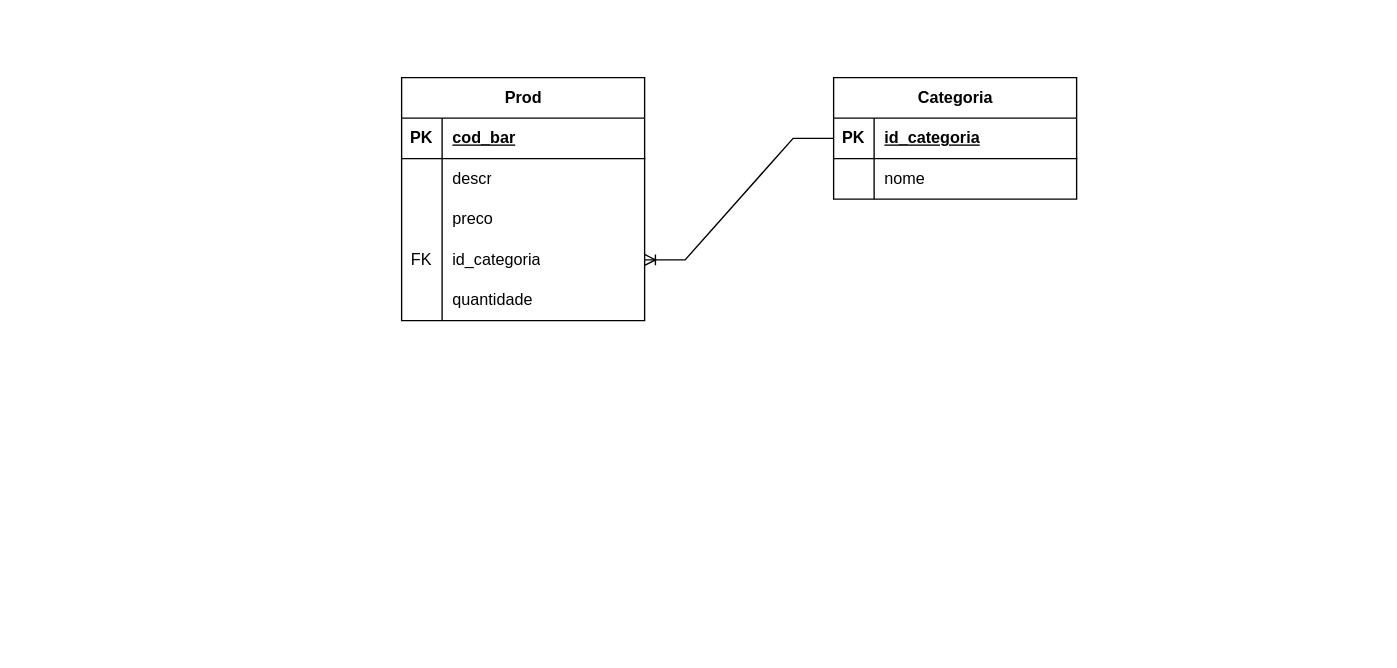
Before: Untitled Diagram.drawio in giuliano435/draw.io, a draw.io diagram. Source tidied: cells renumbered, new cells numbered last; positions are measured from the earlier drawing's top-left corner, leaving out a move shared by most shapes. Both pictures are drawn from the tidied source at 135%, with x=0, y=0 at pixel (401, 77).
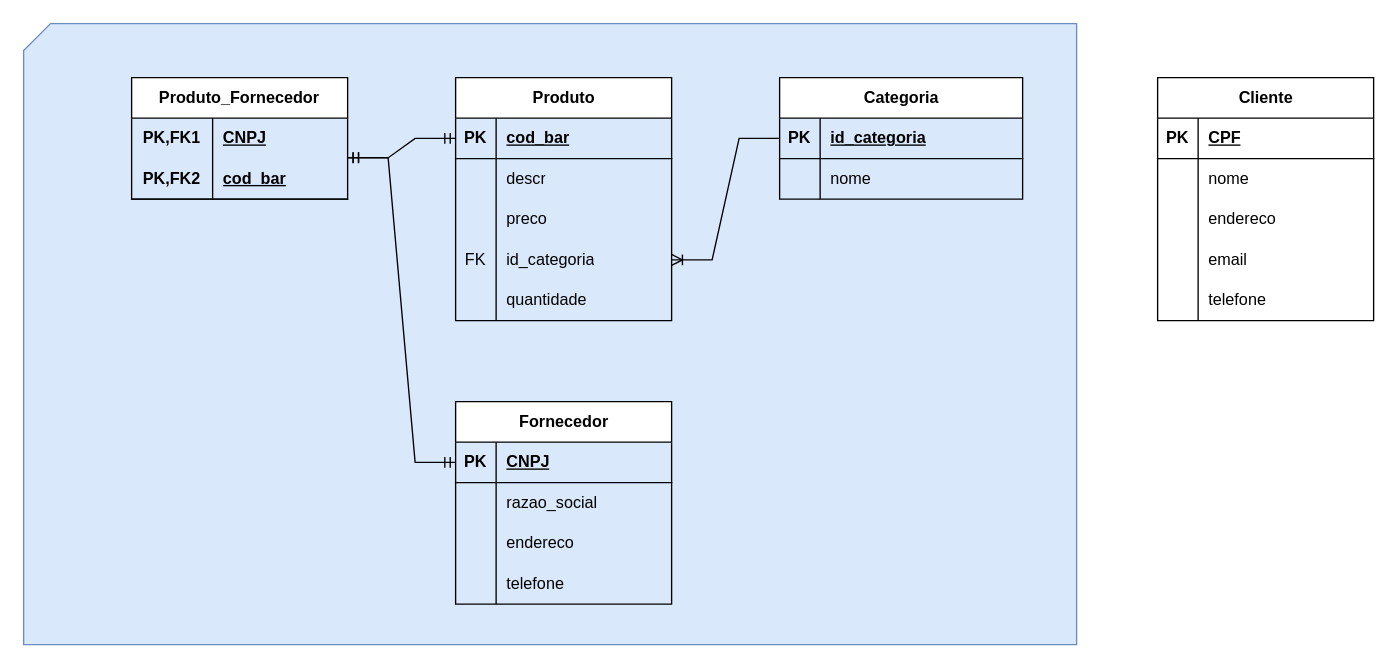
The same page after the edit.

Diff of the diagram source:
```diff
@@
+    <mxCell id="26" style="verticalLabelPosition=bottom;verticalAlign=top;html=1;shape=card;whiteSpace=wrap;size=20;arcSize=12;fillColor=#dae8fc;strokeColor=#6c8ebf;" parent="1" vertex="1">
+      <mxGeometry x="-280" y="-40" width="780" height="460" as="geometry" />
+    </mxCell>
-    <mxCell id="2" value="Prod" style="shape=table;startSize=30;childLayout=tableLayout;rowLines=0;fontStyle=1;align=center;html=1;" parent="1" vertex="1">
-      <mxGeometry width="180" height="180" as="geometry" />
+    <mxCell id="2" value="Produto" style="shape=table;startSize=30;childLayout=tableLayout;rowLines=0;fontStyle=1;align=center;html=1;" parent="1" vertex="1">
+      <mxGeometry x="40" width="160" height="180" as="geometry" />
     </mxCell>
     <mxCell id="3" style="shape=tableRow;horizontal=0;startSize=0;swimlaneHead=0;swimlaneBody=0;fillColor=none;points=[[0,0.5],[1,0.5]];portConstraint=eastwest;top=0;left=0;right=0;bottom=1;" parent="2" vertex="1">
-      <mxGeometry y="30" width="180" height="30" as="geometry" />
+      <mxGeometry y="30" width="160" height="30" as="geometry" />
     </mxCell>
@@
     <mxCell id="5" value="cod_bar" style="shape=partialRectangle;fillColor=none;top=0;left=0;bottom=0;right=0;align=left;spacingLeft=6;fontStyle=5;overflow=hidden;whiteSpace=wrap;html=1;" parent="3" vertex="1">
-      <mxGeometry x="30" width="150" height="30" as="geometry" />
+      <mxGeometry x="30" width="130" height="30" as="geometry" />
     </mxCell>
     <mxCell id="6" style="shape=tableRow;horizontal=0;startSize=0;swimlaneHead=0;swimlaneBody=0;fillColor=none;top=0;left=0;right=0;bottom=0;" parent="2" vertex="1">
-      <mxGeometry y="60" width="180" height="30" as="geometry" />
+      <mxGeometry y="60" width="160" height="30" as="geometry" />
     </mxCell>
@@
     <mxCell id="8" value="descr" style="shape=partialRectangle;fillColor=none;top=0;left=0;bottom=0;right=0;align=left;spacingLeft=6;overflow=hidden;whiteSpace=wrap;html=1;" parent="6" vertex="1">
-      <mxGeometry x="30" width="150" height="30" as="geometry" />
+      <mxGeometry x="30" width="130" height="30" as="geometry" />
     </mxCell>
     <mxCell id="9" style="shape=tableRow;horizontal=0;startSize=0;swimlaneHead=0;swimlaneBody=0;fillColor=none;top=0;left=0;right=0;bottom=0;" parent="2" vertex="1">
-      <mxGeometry y="90" width="180" height="30" as="geometry" />
+      <mxGeometry y="90" width="160" height="30" as="geometry" />
     </mxCell>
@@
     <mxCell id="11" value="preco" style="shape=partialRectangle;fillColor=none;top=0;left=0;bottom=0;right=0;align=left;spacingLeft=6;overflow=hidden;whiteSpace=wrap;html=1;" parent="9" vertex="1">
-      <mxGeometry x="30" width="150" height="30" as="geometry" />
+      <mxGeometry x="30" width="130" height="30" as="geometry" />
     </mxCell>
     <mxCell id="12" style="shape=tableRow;horizontal=0;startSize=0;swimlaneHead=0;swimlaneBody=0;fillColor=none;points=[[0,0.5],[1,0.5]];portConstraint=eastwest;top=0;left=0;right=0;bottom=0;" parent="2" vertex="1">
-      <mxGeometry y="120" width="180" height="30" as="geometry" />
+      <mxGeometry y="120" width="160" height="30" as="geometry" />
     </mxCell>
@@
     <mxCell id="14" value="id_categoria" style="shape=partialRectangle;fillColor=none;top=0;left=0;bottom=0;right=0;align=left;spacingLeft=6;overflow=hidden;whiteSpace=wrap;html=1;" parent="12" vertex="1">
-      <mxGeometry x="30" width="150" height="30" as="geometry" />
+      <mxGeometry x="30" width="130" height="30" as="geometry" />
     </mxCell>
     <mxCell id="15" style="shape=tableRow;horizontal=0;startSize=0;swimlaneHead=0;swimlaneBody=0;fillColor=none;top=0;left=0;right=0;bottom=0;" parent="2" vertex="1">
-      <mxGeometry y="150" width="180" height="30" as="geometry" />
+      <mxGeometry y="150" width="160" height="30" as="geometry" />
     </mxCell>
@@
     <mxCell id="17" value="quantidade" style="shape=partialRectangle;fillColor=none;top=0;left=0;bottom=0;right=0;align=left;spacingLeft=6;overflow=hidden;whiteSpace=wrap;html=1;" parent="15" vertex="1">
-      <mxGeometry x="30" width="150" height="30" as="geometry" />
+      <mxGeometry x="30" width="130" height="30" as="geometry" />
     </mxCell>
     <mxCell id="18" value="Categoria" style="shape=table;startSize=30;childLayout=tableLayout;rowLines=0;fontStyle=1;align=center;html=1;" parent="1" vertex="1">
-      <mxGeometry x="320" width="180" height="90" as="geometry" />
+      <mxGeometry x="280" width="180" height="90" as="geometry" />
     </mxCell>
@@
+    <mxCell id="27" value="Fornecedor" style="shape=table;startSize=30;childLayout=tableLayout;rowLines=0;fontStyle=1;align=center;html=1;" parent="1" vertex="1">
+      <mxGeometry x="40" y="240" width="160" height="150" as="geometry" />
+    </mxCell>
+    <mxCell id="28" style="shape=tableRow;horizontal=0;startSize=0;swimlaneHead=0;swimlaneBody=0;fillColor=none;points=[[0,0.5],[1,0.5]];portConstraint=eastwest;top=0;left=0;right=0;bottom=1;" parent="27" vertex="1">
+      <mxGeometry y="30" width="160" height="30" as="geometry" />
+    </mxCell>
+    <mxCell id="29" value="PK" style="shape=partialRectangle;fillColor=none;top=0;left=0;bottom=0;right=0;fontStyle=1;overflow=hidden;whiteSpace=wrap;html=1;" parent="28" vertex="1">
+      <mxGeometry width="30" height="30" as="geometry" />
+    </mxCell>
+    <mxCell id="30" value="CNPJ" style="shape=partialRectangle;fillColor=none;top=0;left=0;bottom=0;right=0;align=left;spacingLeft=6;fontStyle=5;overflow=hidden;whiteSpace=wrap;html=1;" parent="28" vertex="1">
+      <mxGeometry x="30" width="130" height="30" as="geometry" />
+    </mxCell>
+    <mxCell id="31" style="shape=tableRow;horizontal=0;startSize=0;swimlaneHead=0;swimlaneBody=0;fillColor=none;top=0;left=0;right=0;bottom=0;" parent="27" vertex="1">
+      <mxGeometry y="60" width="160" height="30" as="geometry" />
+    </mxCell>
+    <mxCell id="32" style="shape=partialRectangle;fillColor=none;top=0;left=0;bottom=0;right=0;overflow=hidden;whiteSpace=wrap;html=1;" parent="31" vertex="1">
+      <mxGeometry width="30" height="30" as="geometry" />
+    </mxCell>
+    <mxCell id="33" value="razao_social" style="shape=partialRectangle;fillColor=none;top=0;left=0;bottom=0;right=0;align=left;spacingLeft=6;overflow=hidden;whiteSpace=wrap;html=1;" parent="31" vertex="1">
+      <mxGeometry x="30" width="130" height="30" as="geometry" />
+    </mxCell>
+    <mxCell id="34" style="shape=tableRow;horizontal=0;startSize=0;swimlaneHead=0;swimlaneBody=0;fillColor=none;top=0;left=0;right=0;bottom=0;" parent="27" vertex="1">
+      <mxGeometry y="90" width="160" height="30" as="geometry" />
+    </mxCell>
+    <mxCell id="35" style="shape=partialRectangle;fillColor=none;top=0;left=0;bottom=0;right=0;overflow=hidden;whiteSpace=wrap;html=1;" parent="34" vertex="1">
+      <mxGeometry width="30" height="30" as="geometry" />
+    </mxCell>
+    <mxCell id="36" value="endereco" style="shape=partialRectangle;fillColor=none;top=0;left=0;bottom=0;right=0;align=left;spacingLeft=6;overflow=hidden;whiteSpace=wrap;html=1;" parent="34" vertex="1">
+      <mxGeometry x="30" width="130" height="30" as="geometry" />
+    </mxCell>
+    <mxCell id="37" style="shape=tableRow;horizontal=0;startSize=0;swimlaneHead=0;swimlaneBody=0;fillColor=none;top=0;left=0;right=0;bottom=0;" parent="27" vertex="1">
+      <mxGeometry y="120" width="160" height="30" as="geometry" />
+    </mxCell>
+    <mxCell id="38" style="shape=partialRectangle;fillColor=none;top=0;left=0;bottom=0;right=0;overflow=hidden;whiteSpace=wrap;html=1;" parent="37" vertex="1">
+      <mxGeometry width="30" height="30" as="geometry" />
+    </mxCell>
+    <mxCell id="39" value="telefone" style="shape=partialRectangle;fillColor=none;top=0;left=0;bottom=0;right=0;align=left;spacingLeft=6;overflow=hidden;whiteSpace=wrap;html=1;" parent="37" vertex="1">
+      <mxGeometry x="30" width="130" height="30" as="geometry" />
+    </mxCell>
+    <mxCell id="40" style="edgeStyle=entityRelationEdgeStyle;fontSize=12;html=1;endArrow=ERmandOne;startArrow=ERmandOne;rounded=0;entryX=0;entryY=0.5;entryDx=0;entryDy=0;exitX=1;exitY=-0.022;exitDx=0;exitDy=0;exitPerimeter=0;" parent="1" edge="1" source="46" target="28">
+      <mxGeometry relative="1" as="geometry">
+        <Array as="points">
+          <mxPoint x="120" y="220" />
+        </Array>
+      </mxGeometry>
+    </mxCell>
+    <mxCell id="41" style="edgeStyle=entityRelationEdgeStyle;fontSize=12;html=1;endArrow=ERmandOne;startArrow=ERmandOne;rounded=0;entryX=1.001;entryY=-0.023;entryDx=0;entryDy=0;exitX=0;exitY=0.5;exitDx=0;exitDy=0;entryPerimeter=0;" parent="1" edge="1" source="3" target="46">
+      <mxGeometry relative="1" as="geometry">
+        <Array as="points">
+          <mxPoint x="-20" y="130" />
+        </Array>
+      </mxGeometry>
+    </mxCell>
+    <mxCell id="42" value="Produto_Fornecedor" style="shape=table;startSize=30;childLayout=tableLayout;rowLines=0;fontStyle=1;align=center;html=1;whiteSpace=wrap;" parent="1" vertex="1">
+      <mxGeometry x="-200" width="160" height="90" as="geometry" />
+    </mxCell>
+    <mxCell id="43" style="shape=tableRow;horizontal=0;startSize=0;swimlaneHead=0;swimlaneBody=0;fillColor=none;top=0;left=0;right=0;bottom=0;html=1;" parent="42" vertex="1">
+      <mxGeometry y="30" width="160" height="30" as="geometry" />
+    </mxCell>
+    <mxCell id="44" value="PK,FK1" style="shape=partialRectangle;fillColor=none;top=0;left=0;bottom=0;right=0;fontStyle=1;overflow=hidden;html=1;whiteSpace=wrap;" parent="43" vertex="1">
+      <mxGeometry width="60" height="30" as="geometry" />
+    </mxCell>
+    <mxCell id="45" value="CNPJ" style="shape=partialRectangle;fillColor=none;top=0;left=0;bottom=0;right=0;align=left;spacingLeft=6;fontStyle=5;overflow=hidden;html=1;whiteSpace=wrap;" parent="43" vertex="1">
+      <mxGeometry x="60" width="100" height="30" as="geometry" />
+    </mxCell>
+    <mxCell id="46" style="shape=tableRow;horizontal=0;startSize=0;swimlaneHead=0;swimlaneBody=0;fillColor=none;points=[[0,0.5],[1,0.5]];portConstraint=eastwest;top=0;left=0;right=0;bottom=1;html=1;" parent="42" vertex="1">
+      <mxGeometry y="60" width="160" height="30" as="geometry" />
+    </mxCell>
+    <mxCell id="47" value="PK,FK2" style="shape=partialRectangle;fillColor=none;top=0;left=0;bottom=0;right=0;fontStyle=1;overflow=hidden;html=1;whiteSpace=wrap;" parent="46" vertex="1">
+      <mxGeometry width="60" height="30" as="geometry" />
+    </mxCell>
+    <mxCell id="48" value="cod_bar" style="shape=partialRectangle;fillColor=none;top=0;left=0;bottom=0;right=0;align=left;spacingLeft=6;fontStyle=5;overflow=hidden;html=1;whiteSpace=wrap;" parent="46" vertex="1">
+      <mxGeometry x="60" width="100" height="30" as="geometry" />
+    </mxCell>
+    <mxCell id="49" value="Cliente" style="shape=table;startSize=30;childLayout=tableLayout;rowLines=0;fontStyle=1;align=center;html=1;" parent="1" vertex="1">
+      <mxGeometry x="560" width="160" height="180" as="geometry" />
+    </mxCell>
+    <mxCell id="50" style="shape=tableRow;horizontal=0;startSize=0;swimlaneHead=0;swimlaneBody=0;fillColor=none;top=0;left=0;right=0;bottom=1;" parent="49" vertex="1">
+      <mxGeometry y="30" width="160" height="30" as="geometry" />
+    </mxCell>
+    <mxCell id="51" value="PK" style="shape=partialRectangle;fillColor=none;top=0;left=0;bottom=0;right=0;fontStyle=1;overflow=hidden;whiteSpace=wrap;html=1;" parent="50" vertex="1">
+      <mxGeometry width="30" height="30" as="geometry" />
+    </mxCell>
+    <mxCell id="52" value="CPF" style="shape=partialRectangle;fillColor=none;top=0;left=0;bottom=0;right=0;align=left;spacingLeft=6;fontStyle=5;overflow=hidden;whiteSpace=wrap;html=1;" parent="50" vertex="1">
+      <mxGeometry x="30" width="130" height="30" as="geometry" />
+    </mxCell>
+    <mxCell id="53" style="shape=tableRow;horizontal=0;startSize=0;swimlaneHead=0;swimlaneBody=0;fillColor=none;top=0;left=0;right=0;bottom=0;" parent="49" vertex="1">
+      <mxGeometry y="60" width="160" height="30" as="geometry" />
+    </mxCell>
+    <mxCell id="54" style="shape=partialRectangle;fillColor=none;top=0;left=0;bottom=0;right=0;overflow=hidden;whiteSpace=wrap;html=1;" parent="53" vertex="1">
+      <mxGeometry width="30" height="30" as="geometry" />
+    </mxCell>
+    <mxCell id="55" value="nome" style="shape=partialRectangle;fillColor=none;top=0;left=0;bottom=0;right=0;align=left;spacingLeft=6;overflow=hidden;whiteSpace=wrap;html=1;" parent="53" vertex="1">
+      <mxGeometry x="30" width="130" height="30" as="geometry" />
+    </mxCell>
+    <mxCell id="56" style="shape=tableRow;horizontal=0;startSize=0;swimlaneHead=0;swimlaneBody=0;fillColor=none;top=0;left=0;right=0;bottom=0;" parent="49" vertex="1">
+      <mxGeometry y="90" width="160" height="30" as="geometry" />
+    </mxCell>
+    <mxCell id="57" style="shape=partialRectangle;fillColor=none;top=0;left=0;bottom=0;right=0;overflow=hidden;whiteSpace=wrap;html=1;" parent="56" vertex="1">
+      <mxGeometry width="30" height="30" as="geometry" />
+    </mxCell>
+    <mxCell id="58" value="endereco" style="shape=partialRectangle;fillColor=none;top=0;left=0;bottom=0;right=0;align=left;spacingLeft=6;overflow=hidden;whiteSpace=wrap;html=1;" parent="56" vertex="1">
+      <mxGeometry x="30" width="130" height="30" as="geometry" />
+    </mxCell>
+    <mxCell id="59" style="shape=tableRow;horizontal=0;startSize=0;swimlaneHead=0;swimlaneBody=0;fillColor=none;top=0;left=0;right=0;bottom=0;" parent="49" vertex="1">
+      <mxGeometry y="120" width="160" height="30" as="geometry" />
+    </mxCell>
+    <mxCell id="60" style="shape=partialRectangle;fillColor=none;top=0;left=0;bottom=0;right=0;overflow=hidden;whiteSpace=wrap;html=1;" parent="59" vertex="1">
+      <mxGeometry width="30" height="30" as="geometry" />
+    </mxCell>
+    <mxCell id="61" value="email" style="shape=partialRectangle;fillColor=none;top=0;left=0;bottom=0;right=0;align=left;spacingLeft=6;overflow=hidden;whiteSpace=wrap;html=1;" parent="59" vertex="1">
+      <mxGeometry x="30" width="130" height="30" as="geometry" />
+    </mxCell>
+    <mxCell id="62" style="shape=tableRow;horizontal=0;startSize=0;swimlaneHead=0;swimlaneBody=0;fillColor=none;top=0;left=0;right=0;bottom=0;" parent="49" vertex="1">
+      <mxGeometry y="150" width="160" height="30" as="geometry" />
+    </mxCell>
+    <mxCell id="63" style="shape=partialRectangle;fillColor=none;top=0;left=0;bottom=0;right=0;overflow=hidden;whiteSpace=wrap;html=1;" parent="62" vertex="1">
+      <mxGeometry width="30" height="30" as="geometry" />
+    </mxCell>
+    <mxCell id="64" value="telefone" style="shape=partialRectangle;fillColor=none;top=0;left=0;bottom=0;right=0;align=left;spacingLeft=6;overflow=hidden;whiteSpace=wrap;html=1;" parent="62" vertex="1">
+      <mxGeometry x="30" width="130" height="30" as="geometry" />
+    </mxCell>
```
